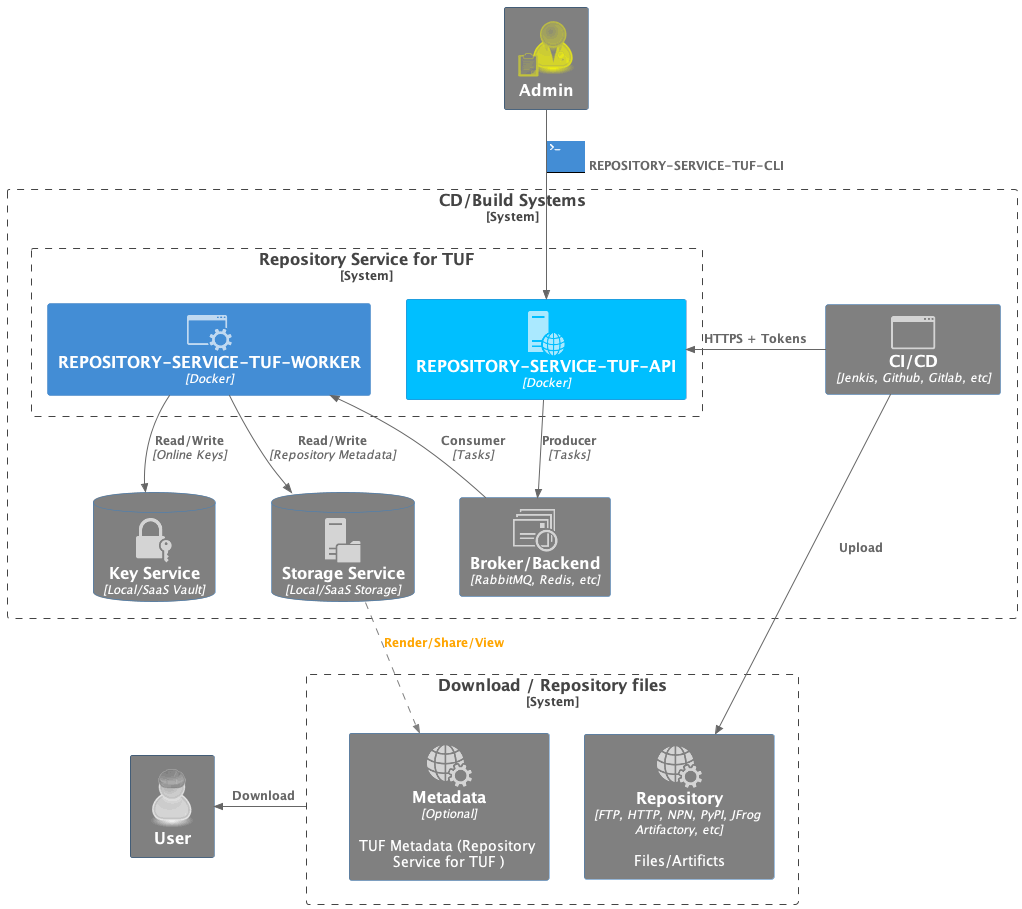
Above: docs/source/_static/2_2_rstuf.png in repository-service-tuf/repository-service-tuf (PlantUML), before the change.
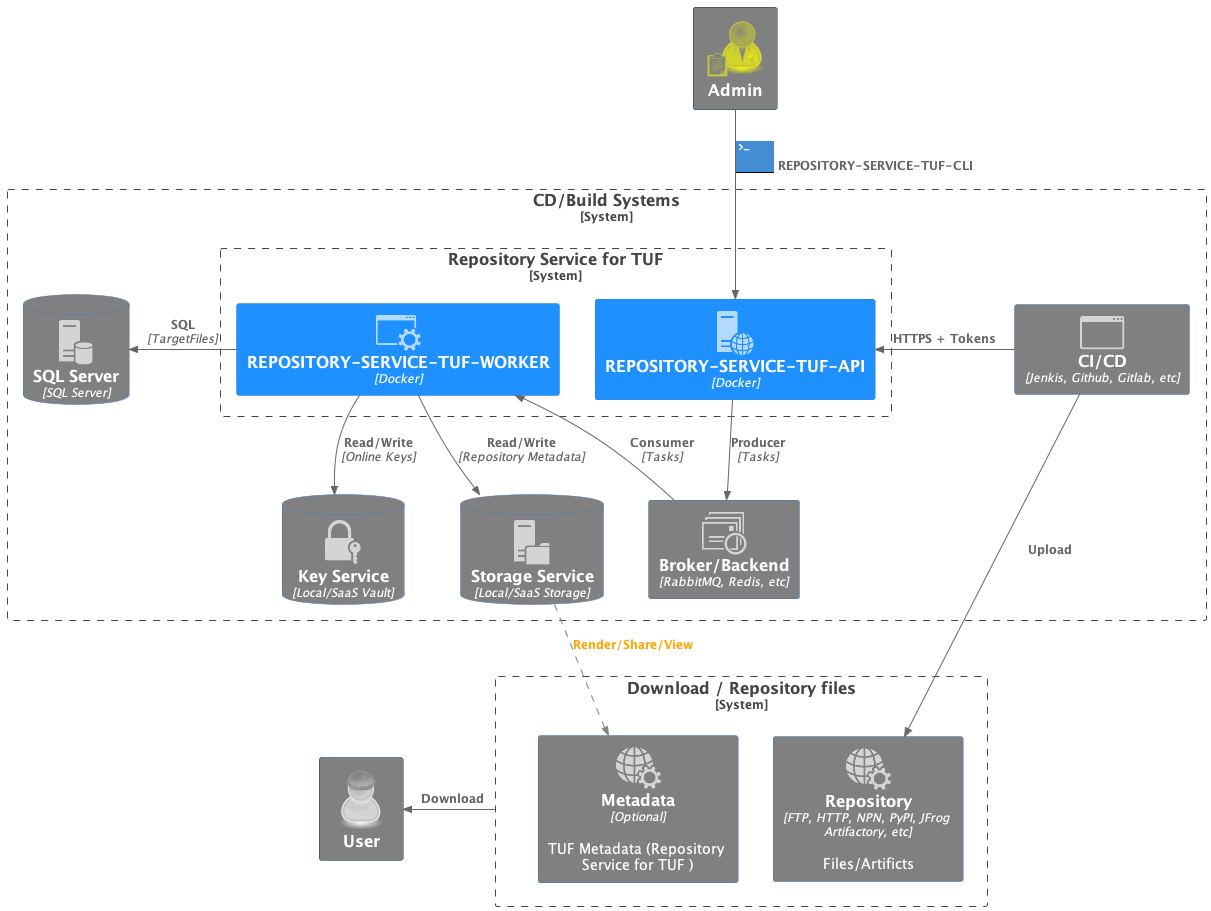
Above is the later version.

Commit message:
docs: update RSTUF docs for SQL feature

The edit, as a diff of the source:
```diff
@@ -7,6 +7,7 @@
 
 !include <office/Servers/file_server>
 !include <office/Servers/application_server>
+!include <office/Servers/database_server>
 !include <office/Services/web_services>
 !include <office/Concepts/application_generic>
 !include <office/Concepts/service_application>
@@ -31,6 +32,7 @@
 AddContainerTag("metadata_web", $sprite="web_services", $legendText="Web exposed TUF Metadata")
 AddContainerTag("download_target", $sprite="download", $legendText="Download file/target/package", $bgColor=Gray)
 AddContainerTag("terminal", $sprite="terminal,scale=0.5,color=#000000", $legendText="CLI")
+AddContainerTag("sql_db", $sprite="database_server", $legendText="SQL Server")
 
 AddRelTag("terminal", $textColor="$ARROW_COLOR", $lineColor="$ARROW_COLOR", $sprite="terminal,scale=0.75,color=#438DD5", $legendText="Repository Service for TUF CLI")
 AddRelTag("bowser", $textColor="$ARROW_COLOR", $lineColor="$ARROW_COLOR", $sprite="management_console,scale=0.5", $legendText="Browser")
@@ -42,11 +44,12 @@
 
 System_Boundary(build_systems, "CD/Build Systems") {
     System_Boundary(rstuf, "Repository Service for TUF ") {
-        Container(rstuf_rest_api, "REPOSITORY-SERVICE-TUF-API", "Docker", $tags="rest_api") #DeepSkyBlue
-        Container(rstuf_repo_worker, "REPOSITORY-SERVICE-TUF-WORKER", "Docker", $tags="repo_worker")
+        Container(rstuf_rest_api, "REPOSITORY-SERVICE-TUF-API", "Docker", $tags="rest_api") #DodgerBlue
+        Container(rstuf_repo_worker, "REPOSITORY-SERVICE-TUF-WORKER", "Docker", $tags="repo_worker") #DodgerBlue
     }
     Container(queue, "Broker/Backend", "RabbitMQ, Redis, etc", $tags="queue") #Grey
     Container(ci_cd, "CI/CD", "Jenkis, Github, Gitlab, etc", $tags="ci_cd") #Grey
+    ContainerDb(sql, "SQL Server", "SQL Server", $tags="sql_db") #Grey
     ContainerDb(key_service, "Key Service", "Local/SaaS Vault", $tags="key_service") #Grey
     ContainerDb(storage_service, "Storage Service", "Local/SaaS Storage", $tags="storage_service") #Grey
 }
@@ -60,6 +63,7 @@
 Rel_R(ci_cd, rstuf_rest_api, "HTTPS + Tokens")
 Rel_U(queue, rstuf_repo_worker, "Consumer", "Tasks")
 Rel_D(rstuf_rest_api, queue, "Producer", "Tasks")
+Rel_R(rstuf_repo_worker, sql, "SQL", "TargetFiles")
 Rel_D(rstuf_repo_worker, key_service, "Read/Write", "Online Keys")
 Rel_D(rstuf_repo_worker, storage_service, "Read/Write", "Repository Metadata")
 
```
